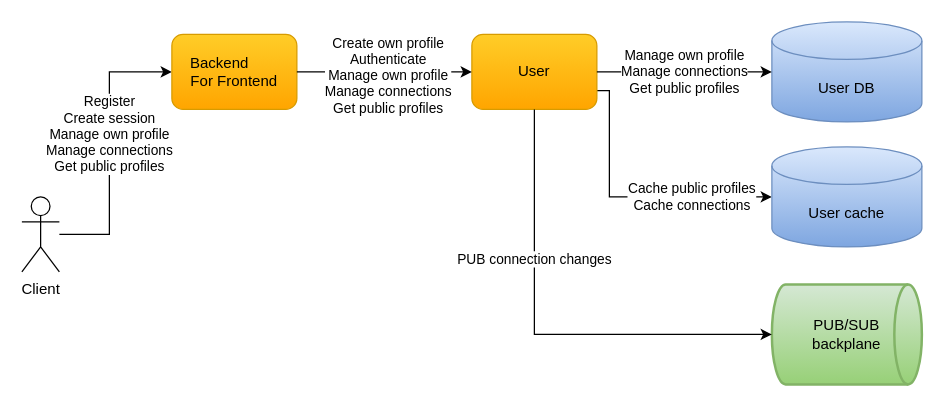
The draw.io diagram docs/diagrams/cecochat-users.drawio in cvetomir-todorov/CecoChat, before the edit. Source tidied: cells renumbered, new cells numbered last; positions are measured from the earlier drawing's top-left corner, leaving out a move shared by most shapes. Both pictures are drawn from the tidied source at 125%, with x=0, y=0 at pixel (21, 21).
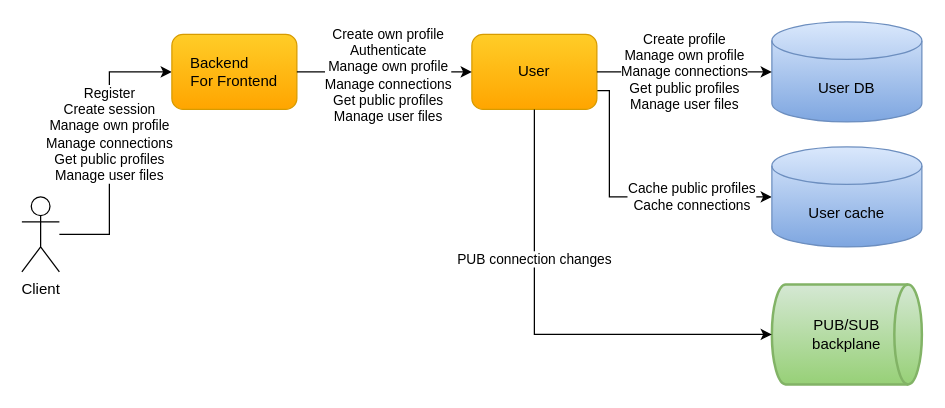
The same page after the edit.

The edit, as a diff of the source:
```diff
@@
 <mxGraphModel>
   <root>
     <mxCell id="0" />
     <mxCell id="1" parent="0" />
-    <mxCell id="2" value="Register&lt;br style=&quot;border-color: var(--border-color);&quot;&gt;Create session&lt;br style=&quot;border-color: var(--border-color);&quot;&gt;Manage own&amp;nbsp;profile&lt;br style=&quot;border-color: var(--border-color);&quot;&gt;Manage connections&lt;br style=&quot;border-color: var(--border-color);&quot;&gt;Get public profiles" style="edgeStyle=orthogonalEdgeStyle;rounded=0;jettySize=auto;html=1;entryX=0;entryY=0.5;entryDx=0;entryDy=0;" parent="1" edge="1" source="3" target="4">
+    <mxCell id="2" value="Register&lt;br style=&quot;border-color: var(--border-color);&quot;&gt;Create session&lt;br style=&quot;border-color: var(--border-color);&quot;&gt;Manage own&amp;nbsp;profile&lt;br style=&quot;border-color: var(--border-color);&quot;&gt;Manage connections&lt;br style=&quot;border-color: var(--border-color);&quot;&gt;Get public profiles&lt;br&gt;Manage user files" style="edgeStyle=orthogonalEdgeStyle;rounded=0;jettySize=auto;html=1;entryX=0;entryY=0.5;entryDx=0;entryDy=0;" parent="1" edge="1" source="3" target="4">
       <mxGeometry x="0.09" relative="1" as="geometry">
         <Array as="points">
           <mxPoint x="70" y="170" />
           <mxPoint x="70" y="40" />
         </Array>
       </mxGeometry>
     </mxCell>
     <mxCell id="3" value="Client" style="shape=umlActor;verticalLabelPosition=bottom;verticalAlign=top;html=1;outlineConnect=0;" parent="1" vertex="1">
       <mxGeometry y="140" width="30" height="60" as="geometry" />
     </mxCell>
     <mxCell id="4" value="&lt;font style=&quot;font-size: 12px&quot;&gt;Backend&amp;nbsp; &amp;nbsp; &amp;nbsp; &amp;nbsp;&lt;br&gt;For Frontend&lt;/font&gt;" style="rounded=1;whiteSpace=wrap;html=1;gradientColor=#ffa500;fillColor=#ffcd28;strokeColor=#d79b00;" parent="1" vertex="1">
       <mxGeometry x="120" y="10" width="100" height="60" as="geometry" />
     </mxCell>
     <mxCell id="5" value="Cache public profiles&lt;br style=&quot;border-color: var(--border-color);&quot;&gt;Cache connections" style="edgeStyle=orthogonalEdgeStyle;rounded=0;jettySize=auto;html=1;entryX=0;entryY=0.5;entryDx=0;entryDy=0;entryPerimeter=0;exitX=1;exitY=0.75;exitDx=0;exitDy=0;" parent="1" edge="1" source="6" target="10">
       <mxGeometry x="0.43" relative="1" as="geometry">
         <Array as="points">
           <mxPoint x="470" y="55" />
           <mxPoint x="470" y="140" />
         </Array>
       </mxGeometry>
     </mxCell>
     <mxCell id="6" value="&lt;font style=&quot;font-size: 12px&quot;&gt;User&lt;/font&gt;" style="rounded=1;whiteSpace=wrap;html=1;gradientColor=#ffa500;fillColor=#ffcd28;strokeColor=#d79b00;" parent="1" vertex="1">
       <mxGeometry x="360" y="10" width="100" height="60" as="geometry" />
     </mxCell>
     <mxCell id="7" value="User DB" style="shape=cylinder3;whiteSpace=wrap;html=1;boundedLbl=1;backgroundOutline=1;size=15;gradientColor=#7ea6e0;fillColor=#dae8fc;strokeColor=#6c8ebf;" parent="1" vertex="1">
       <mxGeometry x="600" width="120" height="80" as="geometry" />
     </mxCell>
-    <mxCell id="8" value="&lt;font style=&quot;font-size: 11px&quot;&gt;Manage own profile&lt;br style=&quot;border-color: var(--border-color);&quot;&gt;Manage connections&lt;br style=&quot;border-color: var(--border-color);&quot;&gt;Get public profiles&lt;br&gt;&lt;/font&gt;" style="rounded=0;jettySize=auto;html=1;entryX=0;entryY=0.5;entryDx=0;entryDy=0;entryPerimeter=0;startArrow=none;startFill=0;" parent="1" edge="1" target="7">
+    <mxCell id="8" value="&lt;font style=&quot;font-size: 11px&quot;&gt;Create profile&lt;br&gt;Manage own profile&lt;br style=&quot;border-color: var(--border-color);&quot;&gt;Manage connections&lt;br style=&quot;border-color: var(--border-color);&quot;&gt;Get public profiles&lt;br&gt;Manage user files&lt;br&gt;&lt;/font&gt;" style="rounded=0;jettySize=auto;html=1;entryX=0;entryY=0.5;entryDx=0;entryDy=0;entryPerimeter=0;startArrow=none;startFill=0;" parent="1" edge="1" target="7">
       <mxGeometry relative="1" as="geometry">
         <mxPoint x="460" y="40" as="sourcePoint" />
       </mxGeometry>
     </mxCell>
-    <mxCell id="9" value="Create own profile&lt;br style=&quot;border-color: var(--border-color);&quot;&gt;Authenticate&lt;br style=&quot;border-color: var(--border-color);&quot;&gt;Manage own profile&lt;br style=&quot;border-color: var(--border-color);&quot;&gt;Manage connections&lt;br style=&quot;border-color: var(--border-color);&quot;&gt;Get public profiles" style="endArrow=classic;html=1;entryX=0;entryY=0.5;entryDx=0;entryDy=0;exitX=1;exitY=0.5;exitDx=0;exitDy=0;" parent="1" edge="1" source="4" target="6">
+    <mxCell id="9" value="Create own profile&lt;br style=&quot;border-color: var(--border-color);&quot;&gt;Authenticate&lt;br style=&quot;border-color: var(--border-color);&quot;&gt;Manage own profile&lt;br style=&quot;border-color: var(--border-color);&quot;&gt;Manage connections&lt;br style=&quot;border-color: var(--border-color);&quot;&gt;Get public profiles&lt;br style=&quot;border-color: var(--border-color);&quot;&gt;Manage user files" style="endArrow=classic;html=1;entryX=0;entryY=0.5;entryDx=0;entryDy=0;exitX=1;exitY=0.5;exitDx=0;exitDy=0;" parent="1" edge="1" source="4" target="6">
       <mxGeometry x="0.04" y="-3" relative="1" as="geometry" />
     </mxCell>
     <mxCell id="10" value="User cache" style="shape=cylinder3;whiteSpace=wrap;html=1;boundedLbl=1;backgroundOutline=1;size=15;gradientColor=#7ea6e0;fillColor=#dae8fc;strokeColor=#6c8ebf;" parent="1" vertex="1">
       <mxGeometry x="600" y="100" width="120" height="80" as="geometry" />
     </mxCell>
     <mxCell id="11" value="PUB/SUB&lt;br&gt;backplane" style="strokeWidth=2;html=1;shape=mxgraph.flowchart.direct_data;whiteSpace=wrap;gradientColor=#97d077;fillColor=#d5e8d4;strokeColor=#82b366;" parent="1" vertex="1">
       <mxGeometry x="600" y="210" width="120" height="80" as="geometry" />
     </mxCell>
     <mxCell id="12" value="PUB connection changes" style="endArrow=classic;html=1;entryX=0;entryY=0.5;entryDx=0;entryDy=0;rounded=0;edgeStyle=orthogonalEdgeStyle;entryPerimeter=0;exitX=0.5;exitY=1;exitDx=0;exitDy=0;" parent="1" edge="1" source="6" target="11">
       <mxGeometry x="-0.35" relative="1" as="geometry">
         <Array as="points">
           <mxPoint x="410" y="250" />
         </Array>
       </mxGeometry>
     </mxCell>
   </root>
 </mxGraphModel>
```
